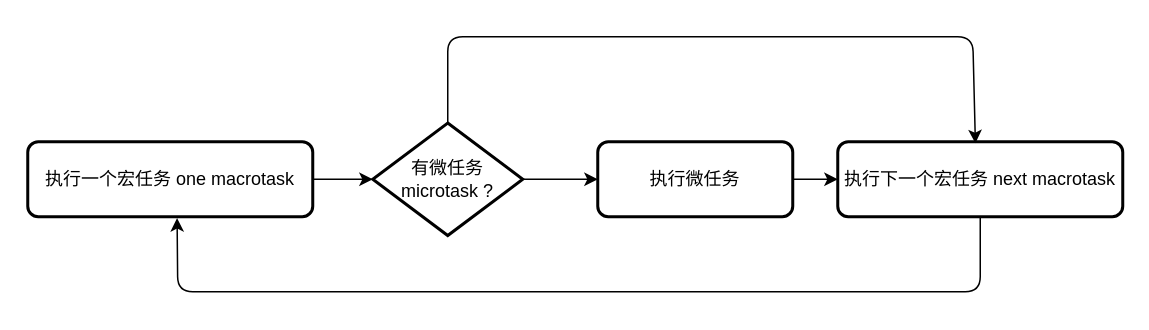
Earlier version of the draw.io diagram eventloop/eventloop-order.drawio (xmasuhai/test-node-module-promise). Source tidied: cells renumbered, new cells numbered last; positions are measured from the earlier drawing's top-left corner, leaving out a move shared by most shapes. Both pictures are drawn from the tidied source at 150%, with x=0, y=0 at pixel (27, 36).
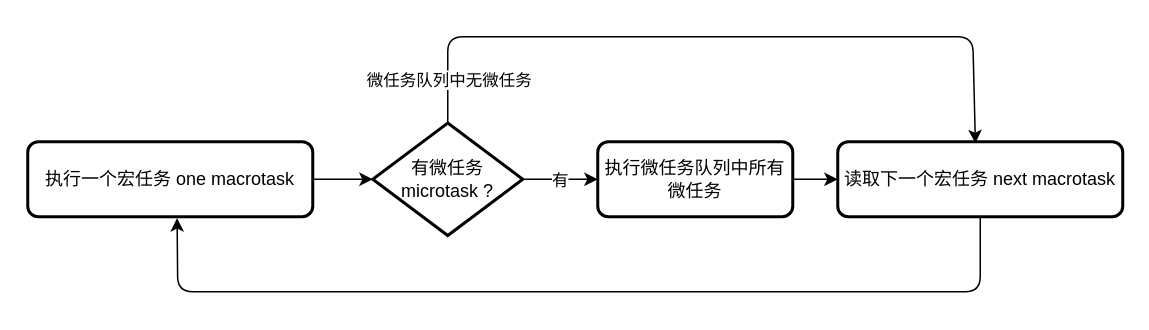
After the change.

Commit message (it also covers changes not shown here):
:sparkles: 添加  event loop 相关示例和流程图

What changed in the source:
```diff
@@
 <mxGraphModel>
   <root>
     <mxCell id="0" />
     <mxCell id="1" parent="0" />
     <mxCell id="2" style="edgeStyle=none;html=1;" parent="1" edge="1" source="3" target="10">
       <mxGeometry relative="1" as="geometry" />
     </mxCell>
     <mxCell id="3" value="执行一个宏任务 one macrotask" style="rounded=1;whiteSpace=wrap;html=1;absoluteArcSize=1;arcSize=14;strokeWidth=2;" parent="1" vertex="1">
       <mxGeometry y="70" width="190" height="50" as="geometry" />
     </mxCell>
     <mxCell id="4" style="edgeStyle=none;html=1;" parent="1" edge="1" source="5" target="7">
       <mxGeometry relative="1" as="geometry" />
     </mxCell>
-    <mxCell id="5" value="执行微任务" style="rounded=1;whiteSpace=wrap;html=1;absoluteArcSize=1;arcSize=14;strokeWidth=2;" parent="1" vertex="1">
+    <mxCell id="5" value="执行微任务队列中所有微任务" style="rounded=1;whiteSpace=wrap;html=1;absoluteArcSize=1;arcSize=14;strokeWidth=2;" parent="1" vertex="1">
       <mxGeometry x="380" y="70" width="130" height="50" as="geometry" />
     </mxCell>
     <mxCell id="6" style="edgeStyle=none;html=1;entryX=0.524;entryY=1.018;entryDx=0;entryDy=0;entryPerimeter=0;" parent="1" edge="1" source="7" target="3">
       <mxGeometry relative="1" as="geometry">
         <Array as="points">
           <mxPoint x="635" y="170" />
           <mxPoint x="100" y="170" />
         </Array>
       </mxGeometry>
     </mxCell>
-    <mxCell id="7" value="执行下一个宏任务 next macrotask" style="rounded=1;whiteSpace=wrap;html=1;absoluteArcSize=1;arcSize=14;strokeWidth=2;" parent="1" vertex="1">
+    <mxCell id="7" value="读取下一个宏任务 next macrotask" style="rounded=1;whiteSpace=wrap;html=1;absoluteArcSize=1;arcSize=14;strokeWidth=2;" parent="1" vertex="1">
       <mxGeometry x="540" y="70" width="190" height="50" as="geometry" />
     </mxCell>
     <mxCell id="8" style="edgeStyle=none;html=1;" parent="1" edge="1" source="10" target="5">
       <mxGeometry relative="1" as="geometry" />
     </mxCell>
+    <mxCell id="11" value="有" style="edgeLabel;html=1;align=center;verticalAlign=middle;" parent="8" vertex="1">
+      <mxGeometry x="0.07" relative="1" as="geometry">
+        <mxPoint x="-3" as="offset" />
+      </mxGeometry>
+    </mxCell>
     <mxCell id="9" style="edgeStyle=none;html=1;entryX=0.483;entryY=0.021;entryDx=0;entryDy=0;entryPerimeter=0;" parent="1" edge="1" source="10" target="7">
       <mxGeometry relative="1" as="geometry">
         <Array as="points">
           <mxPoint x="280" />
           <mxPoint x="630" />
         </Array>
       </mxGeometry>
     </mxCell>
+    <mxCell id="12" value="微任务队列中无微任务" style="edgeLabel;html=1;align=center;verticalAlign=middle;" parent="9" vertex="1">
+      <mxGeometry x="-0.88" relative="1" as="geometry" />
+    </mxCell>
     <mxCell id="10" value="有微任务microtask ?" style="strokeWidth=2;html=1;shape=mxgraph.flowchart.decision;whiteSpace=wrap;" parent="1" vertex="1">
       <mxGeometry x="230" y="57.5" width="100" height="75" as="geometry" />
     </mxCell>
   </root>
 </mxGraphModel>
```
